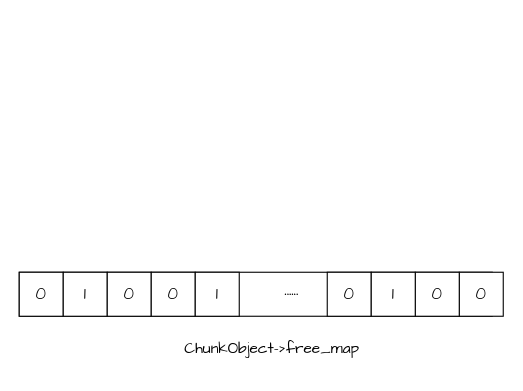
Earlier version of the draw.io diagram page "第 2 页" (2 of 3) of image/php.drawio (hahwu/tomato). Source tidied: cells renumbered, new cells numbered last; positions are measured from the earlier drawing's top-left corner, leaving out a move shared by most shapes. Both pictures are drawn from the tidied source at 110%, with x=0, y=0 at pixel (19, 272).
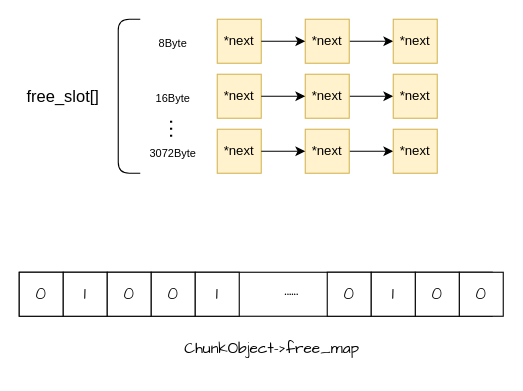
Above is the later version.

What changed in the source:
```diff
@@
+    <mxCell id="13" value="*next" style="rounded=0;whiteSpace=wrap;html=1;fillColor=#fff2cc;strokeColor=#d6b656;" parent="1" vertex="1">
+      <mxGeometry x="180" y="-230" width="40" height="40" as="geometry" />
+    </mxCell>
+    <mxCell id="14" style="edgeStyle=none;html=1;exitX=1;exitY=0.5;exitDx=0;exitDy=0;entryX=0;entryY=0.5;entryDx=0;entryDy=0;fontSize=15;" parent="1" edge="1" source="15" target="16">
+      <mxGeometry relative="1" as="geometry" />
+    </mxCell>
+    <mxCell id="15" value="*next" style="rounded=0;whiteSpace=wrap;html=1;fillColor=#fff2cc;strokeColor=#d6b656;" parent="1" vertex="1">
+      <mxGeometry x="260" y="-230" width="40" height="40" as="geometry" />
+    </mxCell>
+    <mxCell id="16" value="*next" style="rounded=0;whiteSpace=wrap;html=1;fillColor=#fff2cc;strokeColor=#d6b656;" parent="1" vertex="1">
+      <mxGeometry x="340" y="-230" width="40" height="40" as="geometry" />
+    </mxCell>
+    <mxCell id="17" style="endArrow=classic;html=1;fontSize=15;entryX=0;entryY=0.5;entryDx=0;entryDy=0;exitX=1;exitY=0.5;exitDx=0;exitDy=0;" parent="1" edge="1" source="13" target="15">
+      <mxGeometry relative="1" as="geometry" />
+    </mxCell>
+    <mxCell id="18" value="free_slot[]" style="text;html=1;strokeColor=none;fillColor=none;align=center;verticalAlign=middle;whiteSpace=wrap;rounded=0;fontSize=15;" parent="1" vertex="1">
+      <mxGeometry y="-175" width="80" height="30" as="geometry" />
+    </mxCell>
+    <mxCell id="19" value="*next" style="rounded=0;whiteSpace=wrap;html=1;fillColor=#fff2cc;strokeColor=#d6b656;" parent="1" vertex="1">
+      <mxGeometry x="180" y="-180" width="40" height="40" as="geometry" />
+    </mxCell>
+    <mxCell id="20" style="edgeStyle=none;html=1;exitX=1;exitY=0.5;exitDx=0;exitDy=0;entryX=0;entryY=0.5;entryDx=0;entryDy=0;fontSize=15;" parent="1" edge="1" source="21" target="22">
+      <mxGeometry relative="1" as="geometry" />
+    </mxCell>
+    <mxCell id="21" value="*next" style="rounded=0;whiteSpace=wrap;html=1;fillColor=#fff2cc;strokeColor=#d6b656;" parent="1" vertex="1">
+      <mxGeometry x="260" y="-180" width="40" height="40" as="geometry" />
+    </mxCell>
+    <mxCell id="22" value="*next" style="rounded=0;whiteSpace=wrap;html=1;fillColor=#fff2cc;strokeColor=#d6b656;" parent="1" vertex="1">
+      <mxGeometry x="340" y="-180" width="40" height="40" as="geometry" />
+    </mxCell>
+    <mxCell id="23" style="endArrow=classic;html=1;fontSize=15;entryX=0;entryY=0.5;entryDx=0;entryDy=0;exitX=1;exitY=0.5;exitDx=0;exitDy=0;" parent="1" edge="1" source="19" target="21">
+      <mxGeometry relative="1" as="geometry" />
+    </mxCell>
+    <mxCell id="24" value="*next" style="rounded=0;whiteSpace=wrap;html=1;fillColor=#fff2cc;strokeColor=#d6b656;" parent="1" vertex="1">
+      <mxGeometry x="180" y="-130" width="40" height="40" as="geometry" />
+    </mxCell>
+    <mxCell id="25" style="edgeStyle=none;html=1;exitX=1;exitY=0.5;exitDx=0;exitDy=0;entryX=0;entryY=0.5;entryDx=0;entryDy=0;fontSize=15;" parent="1" edge="1" source="26" target="27">
+      <mxGeometry relative="1" as="geometry" />
+    </mxCell>
+    <mxCell id="26" value="*next" style="rounded=0;whiteSpace=wrap;html=1;fillColor=#fff2cc;strokeColor=#d6b656;" parent="1" vertex="1">
+      <mxGeometry x="260" y="-130" width="40" height="40" as="geometry" />
+    </mxCell>
+    <mxCell id="27" value="*next" style="rounded=0;whiteSpace=wrap;html=1;fillColor=#fff2cc;strokeColor=#d6b656;" parent="1" vertex="1">
+      <mxGeometry x="340" y="-130" width="40" height="40" as="geometry" />
+    </mxCell>
+    <mxCell id="28" style="endArrow=classic;html=1;fontSize=15;entryX=0;entryY=0.5;entryDx=0;entryDy=0;exitX=1;exitY=0.5;exitDx=0;exitDy=0;" parent="1" edge="1" source="24" target="26">
+      <mxGeometry relative="1" as="geometry" />
+    </mxCell>
+    <mxCell id="29" value="&lt;font style=&quot;font-size: 10px&quot;&gt;8Byte&lt;/font&gt;" style="text;html=1;strokeColor=none;fillColor=none;align=center;verticalAlign=middle;whiteSpace=wrap;rounded=0;fontSize=15;" parent="1" vertex="1">
+      <mxGeometry x="110" y="-225" width="60" height="30" as="geometry" />
+    </mxCell>
+    <mxCell id="30" value="&lt;font style=&quot;font-size: 10px&quot;&gt;16Byte&lt;/font&gt;" style="text;html=1;strokeColor=none;fillColor=none;align=center;verticalAlign=middle;whiteSpace=wrap;rounded=0;fontSize=15;" parent="1" vertex="1">
+      <mxGeometry x="110" y="-175" width="60" height="30" as="geometry" />
+    </mxCell>
+    <mxCell id="31" value="&lt;font style=&quot;font-size: 10px&quot;&gt;3072Byte&lt;/font&gt;" style="text;html=1;strokeColor=none;fillColor=none;align=center;verticalAlign=middle;whiteSpace=wrap;rounded=0;fontSize=15;" parent="1" vertex="1">
+      <mxGeometry x="110" y="-125" width="60" height="30" as="geometry" />
+    </mxCell>
+    <mxCell id="32" style="shape=curlyBracket;whiteSpace=wrap;html=1;rounded=1;fontSize=10;fillColor=#FFFFFF;size=0;" parent="1" vertex="1">
+      <mxGeometry x="90" y="-230" width="20" height="140" as="geometry" />
+    </mxCell>
+    <mxCell id="33" value="&lt;font style=&quot;font-size: 19px&quot;&gt;···&lt;/font&gt;" style="text;html=1;strokeColor=none;fillColor=none;align=center;verticalAlign=middle;whiteSpace=wrap;rounded=0;fontSize=10;rotation=90;" parent="1" vertex="1">
+      <mxGeometry x="120" y="-145" width="40" height="30" as="geometry" />
+    </mxCell>
```
